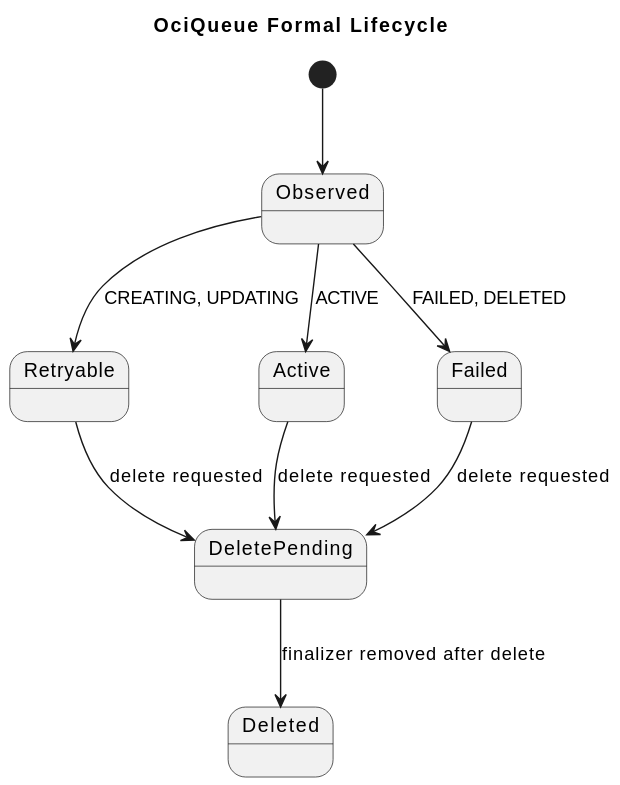
The PlantUML diagram formal/controllers/oci-queue/diagrams/lifecycle.svg in donoftime/oci-service-operator, before a commit. Source of this version:
```plantuml
@startuml
title OciQueue Formal Lifecycle

[*] --> Observed
Observed --> Retryable : CREATING, UPDATING
Observed --> Active : ACTIVE
Observed --> Failed : FAILED, DELETED
Active --> DeletePending : delete requested
Retryable --> DeletePending : delete requested
Failed --> DeletePending : delete requested
DeletePending --> Deleted : finalizer removed after delete

state Retryable
state Active
state Failed
state DeletePending
state Deleted
@enduml
```
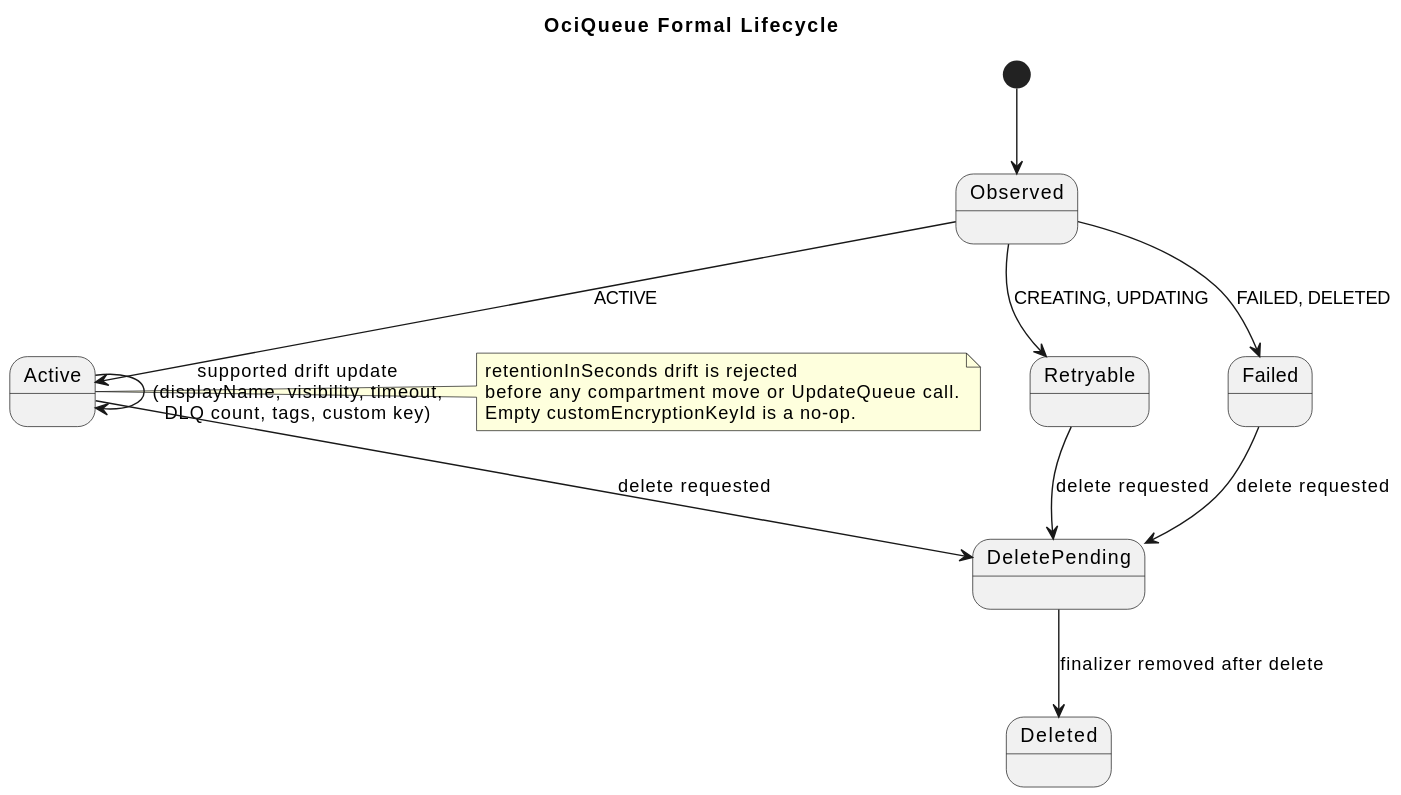
The same file after the commit.

The edit, as a diff of the source:
```diff
@@ -5,6 +5,7 @@
 Observed --> Retryable : CREATING, UPDATING
 Observed --> Active : ACTIVE
 Observed --> Failed : FAILED, DELETED
+Active --> Active : supported drift update\n(displayName, visibility, timeout,\nDLQ count, tags, custom key)
 Active --> DeletePending : delete requested
 Retryable --> DeletePending : delete requested
 Failed --> DeletePending : delete requested
@@ -15,4 +16,10 @@
 state Failed
 state DeletePending
 state Deleted
+
+note right of Active
+  retentionInSeconds drift is rejected
+  before any compartment move or UpdateQueue call.
+  Empty customEncryptionKeyId is a no-op.
+end note
 @enduml
```
